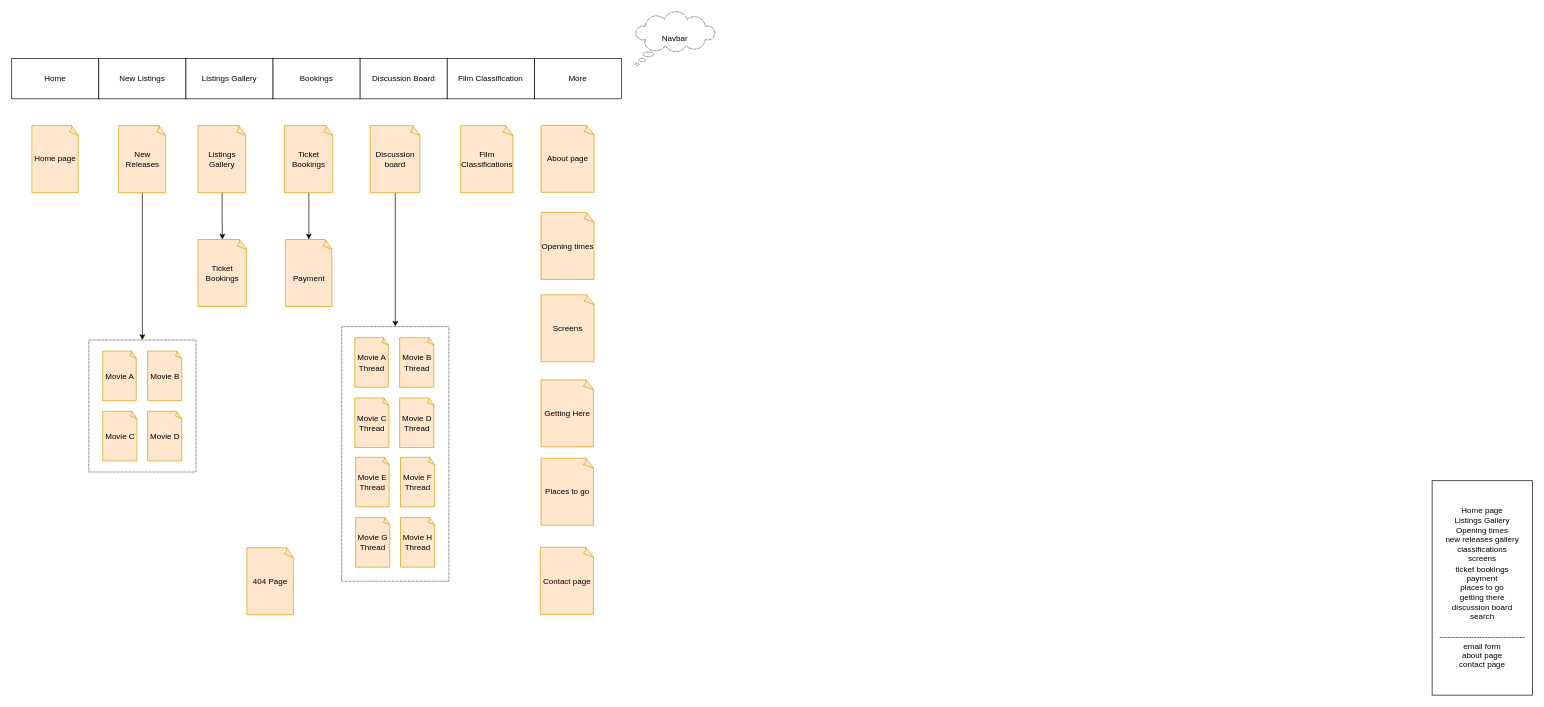
Earlier version of the draw.io diagram Documentation/Diagrams/frontend_final.drawio (aliktb/team-instinct-cinema-project). Source tidied: cells renumbered, new cells numbered last; positions are measured from the earlier drawing's top-left corner, leaving out a move shared by most shapes. Both pictures are drawn from the tidied source at 67%, with x=0, y=0 at pixel (11, 11).
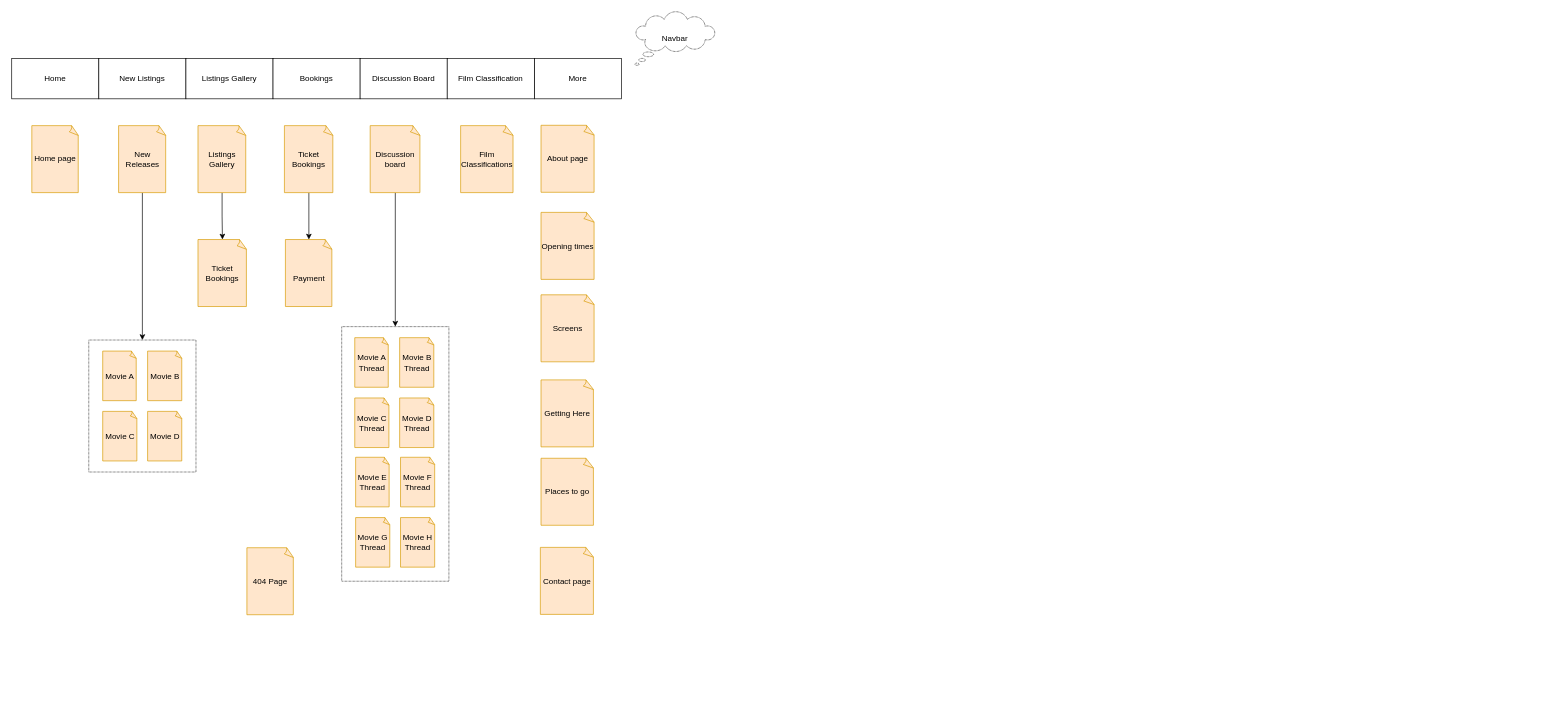
After the change.

Diff of the diagram source:
```diff
@@
-    <mxCell id="2" value="Home page&lt;br&gt;Listings Gallery&lt;br&gt;Opening times&lt;br&gt;new releases gallery&lt;br&gt;classifications&lt;br&gt;screens&lt;br&gt;ticket bookings&lt;br&gt;payment&lt;br&gt;places to go&lt;br&gt;getting there&lt;br&gt;discussion board&lt;br&gt;search&lt;br&gt;&lt;br&gt;--------------------------------&lt;br&gt;email form&lt;br&gt;about page&lt;br&gt;contact page" style="rounded=0;whiteSpace=wrap;html=1;" parent="1" vertex="1">
-      <mxGeometry x="2120" y="700" width="150" height="320" as="geometry" />
-    </mxCell>
```
